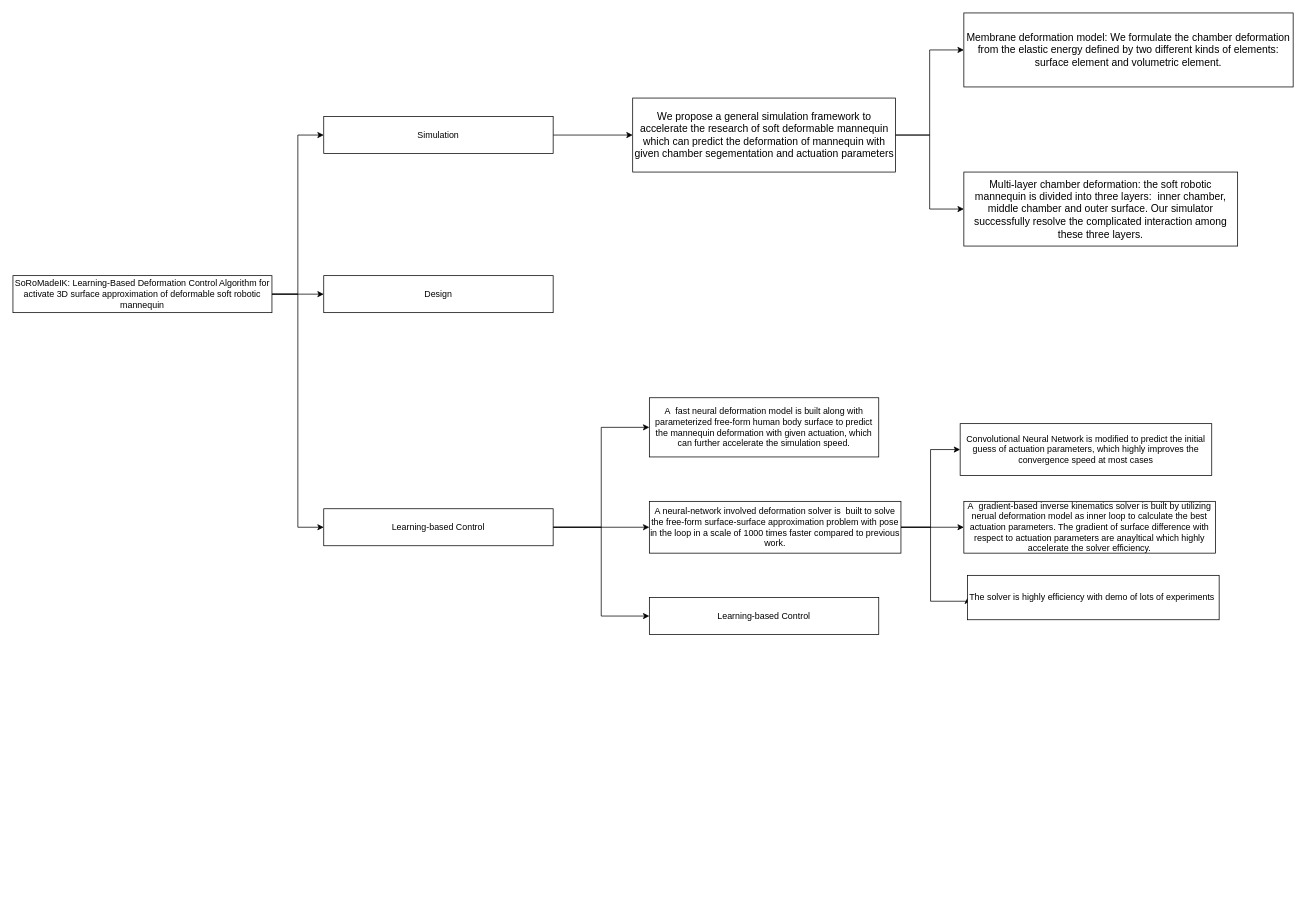
Before: Untitled Diagram.drawio in YingGwan/TyporaUploadImg, a draw.io diagram. Source tidied: cells renumbered, new cells numbered last; positions are measured from the earlier drawing's top-left corner, leaving out a move shared by most shapes. Both pictures are drawn from the tidied source at 74%, with x=0, y=0 at pixel (13, 13).
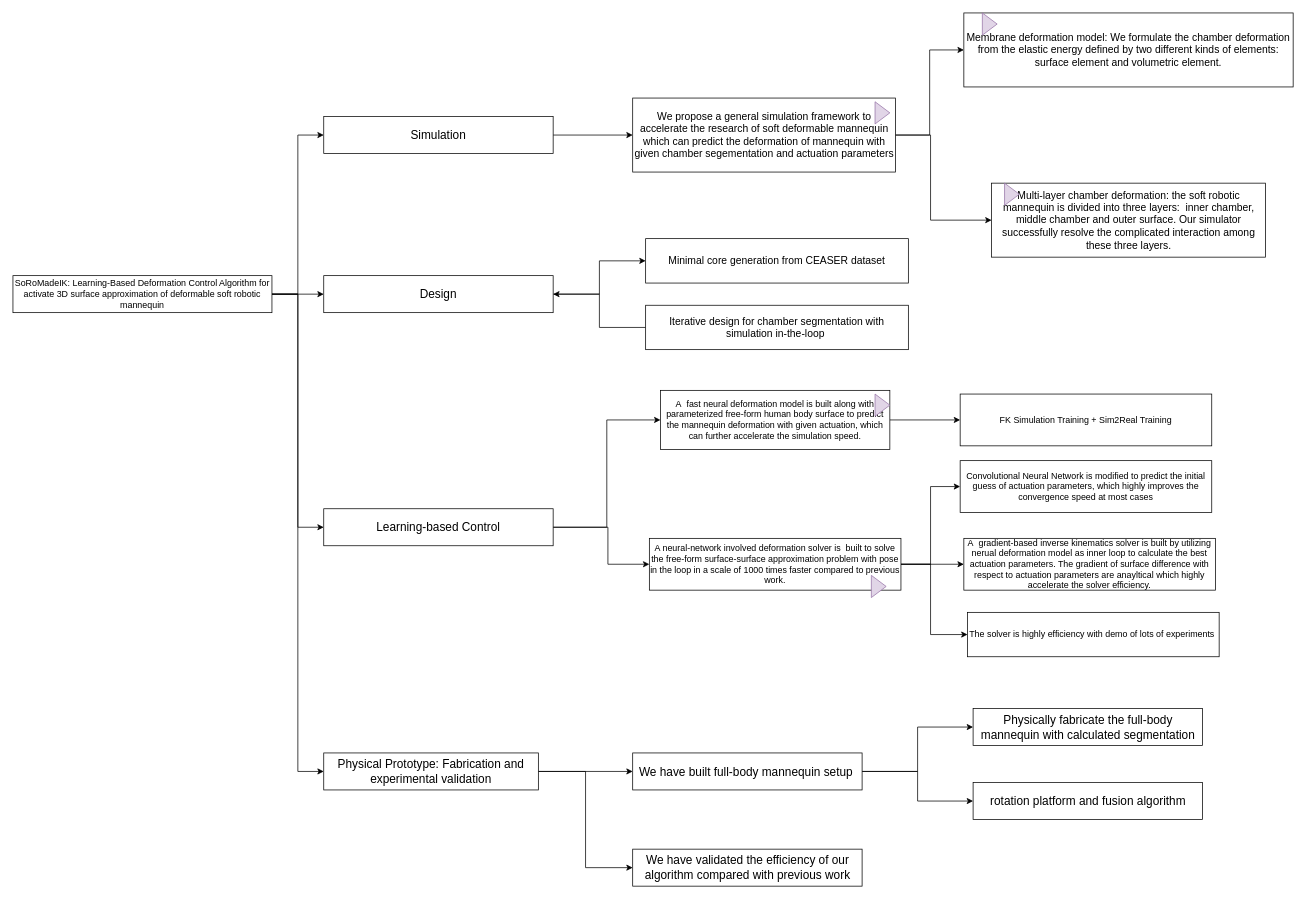
The same diagram, later.

The change refers to these unchanged cells:
```xml
<mxCell id="5" value="SoRoMadeIK: Learning-Based Deformation Control Algorithm for activate 3D surface approximation of deformable soft robotic mannequin" style="rounded=0;whiteSpace=wrap;html=1;" parent="1" vertex="1">
  <mxGeometry y="355" width="350" height="50" as="geometry" />
</mxCell>
<mxCell id="23" value="&lt;span style=&quot;font-size: 14px;&quot;&gt;We propose a general simulation framework to accelerate the research of soft deformable mannequin which can predict the deformation of mannequin with given chamber segementation and actuation parameters&lt;/span&gt;" style="rounded=0;whiteSpace=wrap;html=1;" parent="1" vertex="1">
  <mxGeometry x="837.5" y="115" width="355" height="100" as="geometry" />
</mxCell>
```

Change to the diagram source:
```diff
@@
+    <mxCell id="27" style="edgeStyle=orthogonalEdgeStyle;rounded=0;jettySize=auto;html=1;exitX=1;exitY=0.5;exitDx=0;exitDy=0;entryX=0;entryY=0.5;entryDx=0;entryDy=0;" parent="1" edge="1" source="5" target="35">
+      <mxGeometry relative="1" as="geometry" />
+    </mxCell>
@@
-    <mxCell id="7" value="Simulation" style="rounded=0;whiteSpace=wrap;html=1;" parent="1" vertex="1">
+    <mxCell id="7" value="Simulation" style="rounded=0;whiteSpace=wrap;html=1;fontSize=16;" parent="1" vertex="1">
       <mxGeometry x="420" y="140" width="310" height="50" as="geometry" />
     </mxCell>
@@
     <mxCell id="9" style="edgeStyle=orthogonalEdgeStyle;rounded=0;jettySize=auto;html=1;exitX=1;exitY=0.5;exitDx=0;exitDy=0;entryX=0;entryY=0.5;entryDx=0;entryDy=0;" parent="1" edge="1" source="11" target="16">
-      <mxGeometry relative="1" as="geometry" />
+      <mxGeometry relative="1" as="geometry">
+        <Array as="points">
+          <mxPoint x="804" y="695" />
+          <mxPoint x="804" y="745" />
+        </Array>
+      </mxGeometry>
     </mxCell>
-    <mxCell id="10" style="edgeStyle=orthogonalEdgeStyle;rounded=0;jettySize=auto;html=1;exitX=1;exitY=0.5;exitDx=0;exitDy=0;entryX=0;entryY=0.5;entryDx=0;entryDy=0;" parent="1" edge="1" source="11" target="17">
-      <mxGeometry relative="1" as="geometry" />
-    </mxCell>
-    <mxCell id="11" value="Learning-based Control" style="rounded=0;whiteSpace=wrap;html=1;" parent="1" vertex="1">
+    <mxCell id="11" value="Learning-based Control" style="rounded=0;whiteSpace=wrap;html=1;fontSize=16;" parent="1" vertex="1">
       <mxGeometry x="420" y="670" width="310" height="50" as="geometry" />
     </mxCell>
+    <mxCell id="28" style="edgeStyle=orthogonalEdgeStyle;rounded=0;jettySize=auto;html=1;exitX=1;exitY=0.5;exitDx=0;exitDy=0;entryX=0;entryY=0.5;entryDx=0;entryDy=0;" parent="1" edge="1" source="12" target="38">
+      <mxGeometry relative="1" as="geometry" />
+    </mxCell>
     <mxCell id="12" value="A&amp;nbsp; fast neural deformation model is built along with parameterized free-form human body surface to predict the mannequin deformation with given actuation, which can further accelerate the simulation speed." style="rounded=0;whiteSpace=wrap;html=1;" parent="1" vertex="1">
-      <mxGeometry x="860" y="520" width="310" height="80" as="geometry" />
+      <mxGeometry x="875" y="510" width="310" height="80" as="geometry" />
     </mxCell>
@@
     <mxCell id="15" style="edgeStyle=orthogonalEdgeStyle;rounded=0;jettySize=auto;html=1;exitX=1;exitY=0.5;exitDx=0;exitDy=0;entryX=0;entryY=0.5;entryDx=0;entryDy=0;" parent="1" edge="1" source="16" target="20">
       <mxGeometry relative="1" as="geometry">
         <Array as="points">
-          <mxPoint x="1240" y="695" />
-          <mxPoint x="1240" y="795" />
+          <mxPoint x="1240" y="745" />
+          <mxPoint x="1240" y="840" />
         </Array>
       </mxGeometry>
     </mxCell>
     <mxCell id="16" value="A neural-network involved deformation solver is&amp;nbsp; built to solve the free-form surface-surface approximation problem with pose in the loop in a scale of 1000 times faster compared to previous work." style="rounded=0;whiteSpace=wrap;html=1;" parent="1" vertex="1">
-      <mxGeometry x="860" y="660" width="340" height="70" as="geometry" />
+      <mxGeometry x="860" y="710" width="340" height="70" as="geometry" />
     </mxCell>
-    <mxCell id="17" value="Learning-based Control" style="rounded=0;whiteSpace=wrap;html=1;" parent="1" vertex="1">
-      <mxGeometry x="860" y="790" width="310" height="50" as="geometry" />
-    </mxCell>
     <mxCell id="18" value="Convolutional Neural Network is modified to predict the initial guess of actuation parameters, which highly improves the convergence speed at most cases" style="rounded=0;whiteSpace=wrap;html=1;" parent="1" vertex="1">
-      <mxGeometry x="1280" y="555" width="340" height="70" as="geometry" />
+      <mxGeometry x="1280" y="605" width="340" height="70" as="geometry" />
     </mxCell>
     <mxCell id="19" value="A&amp;nbsp; gradient-based inverse kinematics solver is built by utilizing nerual deformation model as inner loop to calculate the best actuation parameters. The gradient of surface difference with respect to actuation parameters are anayltical which highly accelerate the solver efficiency." style="rounded=0;whiteSpace=wrap;html=1;" parent="1" vertex="1">
-      <mxGeometry x="1285" y="660" width="340" height="70" as="geometry" />
+      <mxGeometry x="1285" y="710" width="340" height="70" as="geometry" />
     </mxCell>
     <mxCell id="20" value="The solver is highly efficiency with demo of lots of experiments&amp;nbsp;" style="rounded=0;whiteSpace=wrap;html=1;" parent="1" vertex="1">
-      <mxGeometry x="1290" y="760" width="340" height="60" as="geometry" />
+      <mxGeometry x="1290" y="810" width="340" height="60" as="geometry" />
     </mxCell>
@@
     <mxCell id="22" style="edgeStyle=orthogonalEdgeStyle;rounded=0;jettySize=auto;html=1;exitX=1;exitY=0.5;exitDx=0;exitDy=0;entryX=0;entryY=0.5;entryDx=0;entryDy=0;" parent="1" edge="1" source="23" target="26">
-      <mxGeometry relative="1" as="geometry" />
+      <mxGeometry relative="1" as="geometry">
+        <Array as="points">
+          <mxPoint x="1240" y="165" />
+          <mxPoint x="1240" y="280" />
+        </Array>
+      </mxGeometry>
     </mxCell>
@@
+    <mxCell id="29" style="edgeStyle=orthogonalEdgeStyle;rounded=0;jettySize=auto;html=1;exitX=1;exitY=0.5;exitDx=0;exitDy=0;entryX=0;entryY=0.5;entryDx=0;entryDy=0;" parent="1" edge="1" source="24" target="30">
+      <mxGeometry relative="1" as="geometry" />
+    </mxCell>
-    <mxCell id="24" value="Design" style="rounded=0;whiteSpace=wrap;html=1;" parent="1" vertex="1">
+    <mxCell id="24" value="Design" style="rounded=0;whiteSpace=wrap;html=1;fontSize=16;" parent="1" vertex="1">
       <mxGeometry x="420" y="355" width="310" height="50" as="geometry" />
     </mxCell>
@@
     <mxCell id="26" value="&lt;font style=&quot;font-size: 14px;&quot;&gt;Multi-layer chamber deformation: the soft robotic mannequin is divided into three layers:&amp;nbsp; inner chamber, middle chamber and&amp;nbsp;outer surface. Our simulator successfully resolve the complicated interaction among these three layers.&lt;/font&gt;" style="rounded=0;whiteSpace=wrap;html=1;" parent="1" vertex="1">
-      <mxGeometry x="1285" y="215" width="370" height="100" as="geometry" />
+      <mxGeometry x="1322.5" y="230" width="370" height="100" as="geometry" />
     </mxCell>
+    <mxCell id="30" value="&lt;span style=&quot;font-size: 14px;&quot;&gt;Minimal core generation from CEASER dataset&lt;/span&gt;" style="rounded=0;whiteSpace=wrap;html=1;" parent="1" vertex="1">
+      <mxGeometry x="855" y="305" width="355" height="60" as="geometry" />
+    </mxCell>
+    <mxCell id="31" style="edgeStyle=orthogonalEdgeStyle;rounded=0;jettySize=auto;html=1;exitX=0;exitY=0.5;exitDx=0;exitDy=0;" parent="1" edge="1" source="32" target="24">
+      <mxGeometry relative="1" as="geometry" />
+    </mxCell>
+    <mxCell id="32" value="&lt;span style=&quot;font-size: 14px;&quot;&gt;Iterative design for chamber segmentation with simulation in-the-loop&amp;nbsp;&lt;/span&gt;" style="rounded=0;whiteSpace=wrap;html=1;" parent="1" vertex="1">
+      <mxGeometry x="855" y="395" width="355" height="60" as="geometry" />
+    </mxCell>
+    <mxCell id="33" style="edgeStyle=orthogonalEdgeStyle;rounded=0;jettySize=auto;html=1;entryX=0;entryY=0.5;entryDx=0;entryDy=0;" parent="1" edge="1" source="35" target="41">
+      <mxGeometry relative="1" as="geometry" />
+    </mxCell>
+    <mxCell id="34" style="edgeStyle=orthogonalEdgeStyle;rounded=0;jettySize=auto;html=1;exitX=1;exitY=0.5;exitDx=0;exitDy=0;entryX=0;entryY=0.5;entryDx=0;entryDy=0;" parent="1" edge="1" source="35" target="42">
+      <mxGeometry relative="1" as="geometry" />
+    </mxCell>
+    <mxCell id="35" value="Physical Prototype: Fabrication and experimental validation" style="rounded=0;whiteSpace=wrap;html=1;fontSize=16;" parent="1" vertex="1">
+      <mxGeometry x="420" y="1000" width="290" height="50" as="geometry" />
+    </mxCell>
+    <mxCell id="36" value="Physically fabricate the full-body mannequin with calculated segmentation" style="rounded=0;whiteSpace=wrap;html=1;fontSize=16;" parent="1" vertex="1">
+      <mxGeometry x="1297.5" y="940" width="310" height="50" as="geometry" />
+    </mxCell>
+    <mxCell id="37" value="rotation platform and fusion algorithm" style="rounded=0;whiteSpace=wrap;html=1;fontSize=16;" parent="1" vertex="1">
+      <mxGeometry x="1297.5" y="1040" width="310" height="50" as="geometry" />
+    </mxCell>
+    <mxCell id="38" value="FK Simulation Training + Sim2Real Training" style="rounded=0;whiteSpace=wrap;html=1;" parent="1" vertex="1">
+      <mxGeometry x="1280" y="515" width="340" height="70" as="geometry" />
+    </mxCell>
+    <mxCell id="39" style="edgeStyle=orthogonalEdgeStyle;rounded=0;jettySize=auto;html=1;exitX=1;exitY=0.5;exitDx=0;exitDy=0;entryX=0;entryY=0.5;entryDx=0;entryDy=0;" parent="1" edge="1" source="41" target="36">
+      <mxGeometry relative="1" as="geometry" />
+    </mxCell>
+    <mxCell id="40" style="edgeStyle=orthogonalEdgeStyle;rounded=0;jettySize=auto;html=1;exitX=1;exitY=0.5;exitDx=0;exitDy=0;entryX=0;entryY=0.5;entryDx=0;entryDy=0;" parent="1" edge="1" source="41" target="37">
+      <mxGeometry relative="1" as="geometry" />
+    </mxCell>
+    <mxCell id="41" value="We have built full-body mannequin setup&amp;nbsp;" style="rounded=0;whiteSpace=wrap;html=1;fontSize=16;" parent="1" vertex="1">
+      <mxGeometry x="837.5" y="1000" width="310" height="50" as="geometry" />
+    </mxCell>
+    <mxCell id="42" value="We have validated the efficiency of our algorithm compared with previous work" style="rounded=0;whiteSpace=wrap;html=1;fontSize=16;" parent="1" vertex="1">
+      <mxGeometry x="837.5" y="1130" width="310" height="50" as="geometry" />
+    </mxCell>
+    <mxCell id="43" style="triangle;whiteSpace=wrap;html=1;fillColor=#e1d5e7;strokeColor=#9673a6;" parent="1" vertex="1">
+      <mxGeometry x="1165" y="120" width="20" height="30" as="geometry" />
+    </mxCell>
+    <mxCell id="44" style="triangle;whiteSpace=wrap;html=1;fillColor=#e1d5e7;strokeColor=#9673a6;" parent="1" vertex="1">
+      <mxGeometry x="1340" y="230" width="20" height="30" as="geometry" />
+    </mxCell>
+    <mxCell id="45" style="triangle;whiteSpace=wrap;html=1;fillColor=#e1d5e7;strokeColor=#9673a6;" parent="1" vertex="1">
+      <mxGeometry x="1310" width="20" height="30" as="geometry" />
+    </mxCell>
+    <mxCell id="46" style="triangle;whiteSpace=wrap;html=1;fillColor=#e1d5e7;strokeColor=#9673a6;" parent="1" vertex="1">
+      <mxGeometry x="1165" y="515" width="20" height="30" as="geometry" />
+    </mxCell>
+    <mxCell id="47" style="triangle;whiteSpace=wrap;html=1;fillColor=#e1d5e7;strokeColor=#9673a6;" parent="1" vertex="1">
+      <mxGeometry x="1160" y="760" width="20" height="30" as="geometry" />
+    </mxCell>
```
